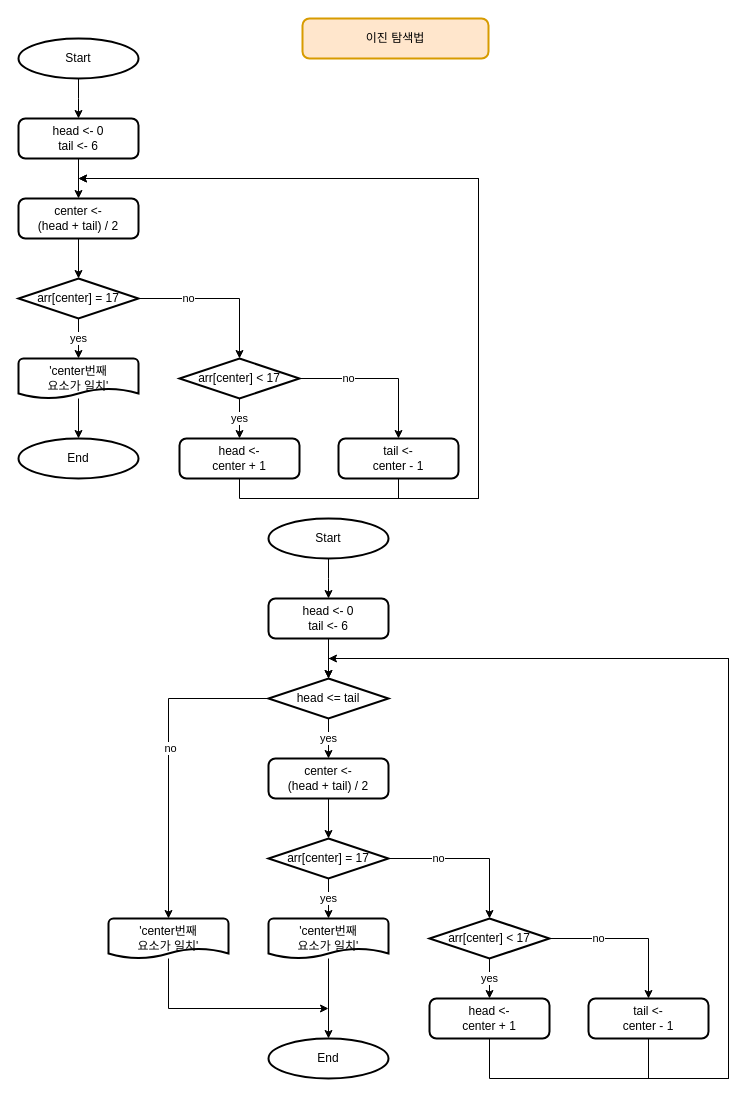
Earlier version of the draw.io diagram 탐색_이진탐색법.drawio (KimYunGyu2/ai). Source tidied: cells renumbered, new cells numbered last; positions are measured from the earlier drawing's top-left corner, leaving out a move shared by most shapes. Both pictures are drawn from the tidied source at 100%, with x=0, y=0 at pixel (18, 18).
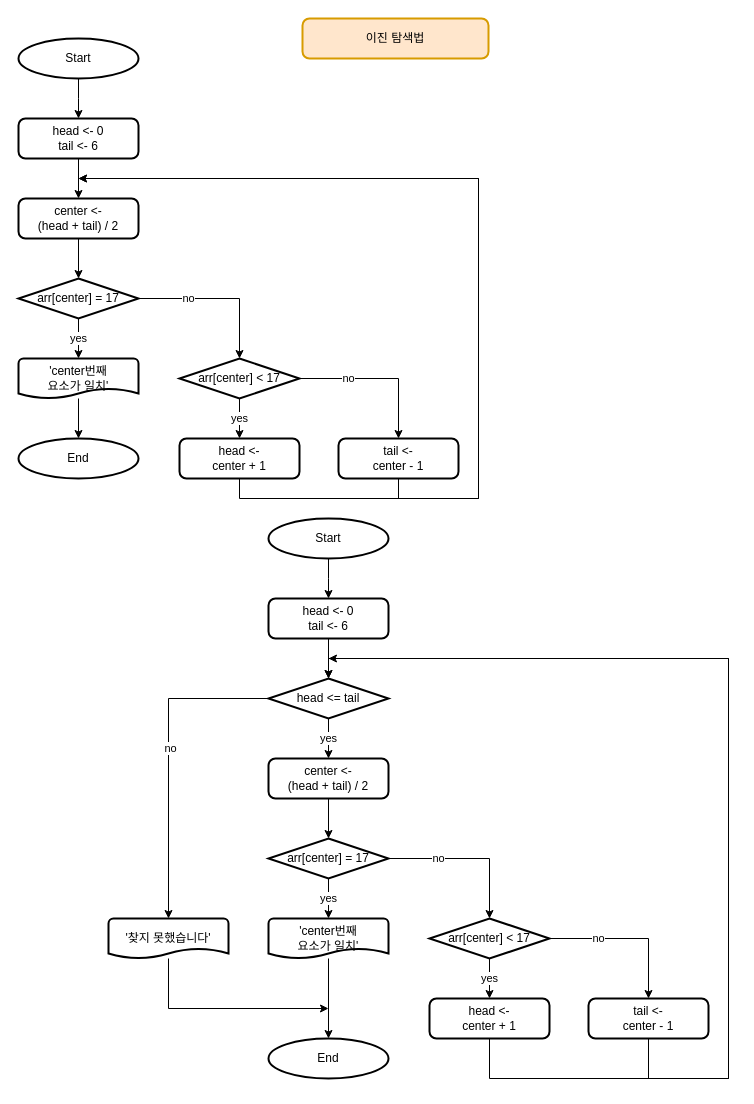
The same page after the edit.

Change to the diagram source:
```diff
@@
-    <mxCell id="42" value="'center번째&lt;br&gt;요소가 일치'" style="strokeWidth=2;html=1;shape=mxgraph.flowchart.document2;whiteSpace=wrap;size=0.25;" parent="1" vertex="1">
+    <mxCell id="42" value="'찾지 못했습니다'" style="strokeWidth=2;html=1;shape=mxgraph.flowchart.document2;whiteSpace=wrap;size=0.25;" parent="1" vertex="1">
       <mxGeometry x="90" y="900" width="120" height="40" as="geometry" />
     </mxCell>
```
